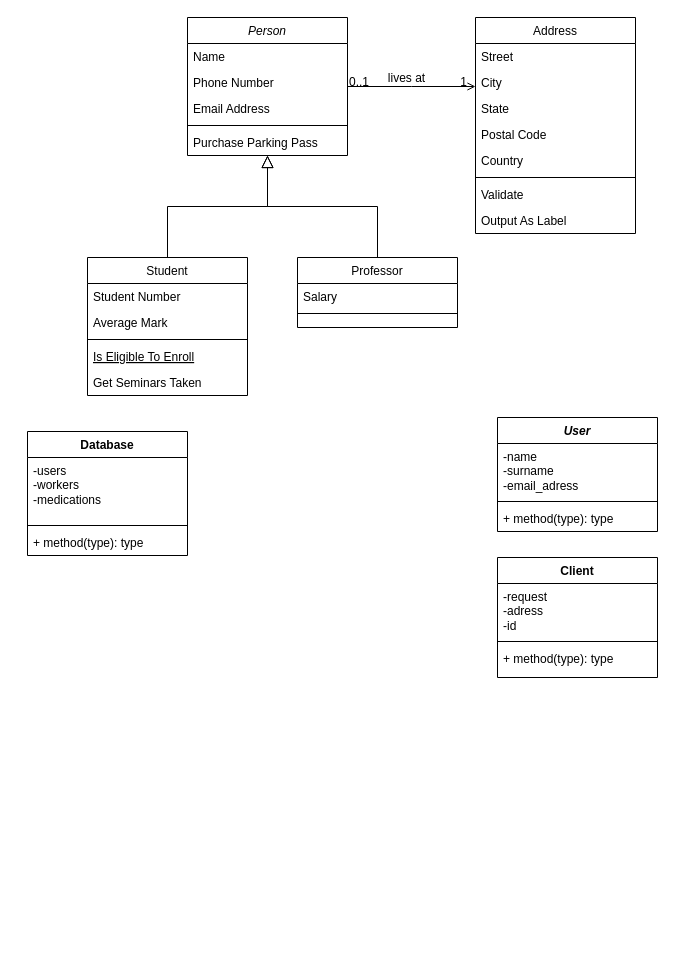
The draw.io diagram AKMS/PR_5/Pr_5.drawio in Idontlikeni/fourth_semestr, before the edit. Source tidied: cells renumbered, new cells numbered last; positions are measured from the earlier drawing's top-left corner, leaving out a move shared by most shapes. Both pictures are drawn from the tidied source at 100%, with x=0, y=0 at pixel (27, 17).
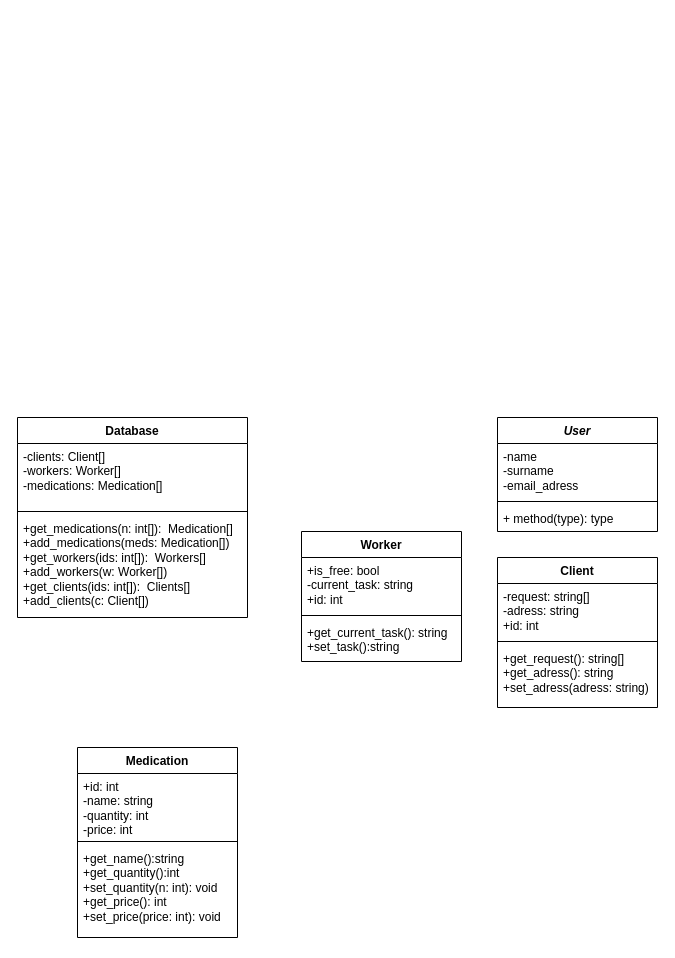
The same page after the edit.

The edit, as a diff of the source:
```diff
@@
-    <mxCell id="2" value="Person" style="swimlane;fontStyle=2;align=center;verticalAlign=top;horizontal=1;startSize=26;rounded=0;shadow=0;strokeWidth=1;" parent="1" vertex="1">
-      <mxGeometry x="160" width="160" height="138" as="geometry" />
-    </mxCell>
-    <mxCell id="3" value="Name" style="text;align=left;verticalAlign=top;spacingLeft=4;spacingRight=4;overflow=hidden;" parent="2" vertex="1">
-      <mxGeometry y="26" width="160" height="26" as="geometry" />
-    </mxCell>
-    <mxCell id="4" value="Phone Number" style="text;align=left;verticalAlign=top;spacingLeft=4;spacingRight=4;overflow=hidden;rounded=0;shadow=0;html=0;" parent="2" vertex="1">
-      <mxGeometry y="52" width="160" height="26" as="geometry" />
-    </mxCell>
-    <mxCell id="5" value="Email Address" style="text;align=left;verticalAlign=top;spacingLeft=4;spacingRight=4;overflow=hidden;rounded=0;shadow=0;html=0;" parent="2" vertex="1">
-      <mxGeometry y="78" width="160" height="26" as="geometry" />
-    </mxCell>
-    <mxCell id="6" style="line;html=1;strokeWidth=1;align=left;verticalAlign=middle;spacingTop=-1;spacingLeft=3;spacingRight=3;labelPosition=right;" parent="2" vertex="1">
-      <mxGeometry y="104" width="160" height="8" as="geometry" />
-    </mxCell>
-    <mxCell id="7" value="Purchase Parking Pass" style="text;align=left;verticalAlign=top;spacingLeft=4;spacingRight=4;overflow=hidden;" parent="2" vertex="1">
-      <mxGeometry y="112" width="160" height="26" as="geometry" />
-    </mxCell>
-    <mxCell id="8" value="Student" style="swimlane;fontStyle=0;align=center;verticalAlign=top;horizontal=1;startSize=26;rounded=0;shadow=0;strokeWidth=1;" parent="1" vertex="1">
-      <mxGeometry x="60" y="240" width="160" height="138" as="geometry" />
-    </mxCell>
-    <mxCell id="9" value="Student Number" style="text;align=left;verticalAlign=top;spacingLeft=4;spacingRight=4;overflow=hidden;" parent="8" vertex="1">
-      <mxGeometry y="26" width="160" height="26" as="geometry" />
-    </mxCell>
-    <mxCell id="10" value="Average Mark" style="text;align=left;verticalAlign=top;spacingLeft=4;spacingRight=4;overflow=hidden;rounded=0;shadow=0;html=0;" parent="8" vertex="1">
-      <mxGeometry y="52" width="160" height="26" as="geometry" />
-    </mxCell>
-    <mxCell id="11" style="line;html=1;strokeWidth=1;align=left;verticalAlign=middle;spacingTop=-1;spacingLeft=3;spacingRight=3;labelPosition=right;" parent="8" vertex="1">
-      <mxGeometry y="78" width="160" height="8" as="geometry" />
-    </mxCell>
-    <mxCell id="12" value="Is Eligible To Enroll" style="text;align=left;verticalAlign=top;spacingLeft=4;spacingRight=4;overflow=hidden;fontStyle=4;" parent="8" vertex="1">
-      <mxGeometry y="86" width="160" height="26" as="geometry" />
-    </mxCell>
-    <mxCell id="13" value="Get Seminars Taken" style="text;align=left;verticalAlign=top;spacingLeft=4;spacingRight=4;overflow=hidden;" parent="8" vertex="1">
-      <mxGeometry y="112" width="160" height="26" as="geometry" />
-    </mxCell>
-    <mxCell id="14" style="endArrow=block;endSize=10;endFill=0;shadow=0;strokeWidth=1;rounded=0;curved=0;edgeStyle=elbowEdgeStyle;elbow=vertical;" parent="1" edge="1" source="8" target="2">
-      <mxGeometry relative="1" as="geometry" />
-    </mxCell>
-    <mxCell id="15" value="Professor" style="swimlane;fontStyle=0;align=center;verticalAlign=top;horizontal=1;startSize=26;rounded=0;shadow=0;strokeWidth=1;" parent="1" vertex="1">
-      <mxGeometry x="270" y="240" width="160" height="70" as="geometry" />
-    </mxCell>
-    <mxCell id="16" value="Salary" style="text;align=left;verticalAlign=top;spacingLeft=4;spacingRight=4;overflow=hidden;" parent="15" vertex="1">
-      <mxGeometry y="26" width="160" height="26" as="geometry" />
-    </mxCell>
-    <mxCell id="17" style="line;html=1;strokeWidth=1;align=left;verticalAlign=middle;spacingTop=-1;spacingLeft=3;spacingRight=3;labelPosition=right;" parent="15" vertex="1">
-      <mxGeometry y="52" width="160" height="8" as="geometry" />
-    </mxCell>
-    <mxCell id="18" style="endArrow=block;endSize=10;endFill=0;shadow=0;strokeWidth=1;rounded=0;curved=0;edgeStyle=elbowEdgeStyle;elbow=vertical;" parent="1" edge="1" source="15" target="2">
-      <mxGeometry relative="1" as="geometry" />
-    </mxCell>
-    <mxCell id="19" value="Address" style="swimlane;fontStyle=0;align=center;verticalAlign=top;horizontal=1;startSize=26;rounded=0;shadow=0;strokeWidth=1;" parent="1" vertex="1">
-      <mxGeometry x="448" width="160" height="216" as="geometry" />
-    </mxCell>
-    <mxCell id="20" value="Street" style="text;align=left;verticalAlign=top;spacingLeft=4;spacingRight=4;overflow=hidden;" parent="19" vertex="1">
-      <mxGeometry y="26" width="160" height="26" as="geometry" />
-    </mxCell>
-    <mxCell id="21" value="City" style="text;align=left;verticalAlign=top;spacingLeft=4;spacingRight=4;overflow=hidden;rounded=0;shadow=0;html=0;" parent="19" vertex="1">
-      <mxGeometry y="52" width="160" height="26" as="geometry" />
-    </mxCell>
-    <mxCell id="22" value="State" style="text;align=left;verticalAlign=top;spacingLeft=4;spacingRight=4;overflow=hidden;rounded=0;shadow=0;html=0;" parent="19" vertex="1">
-      <mxGeometry y="78" width="160" height="26" as="geometry" />
-    </mxCell>
-    <mxCell id="23" value="Postal Code" style="text;align=left;verticalAlign=top;spacingLeft=4;spacingRight=4;overflow=hidden;rounded=0;shadow=0;html=0;" parent="19" vertex="1">
-      <mxGeometry y="104" width="160" height="26" as="geometry" />
-    </mxCell>
-    <mxCell id="24" value="Country" style="text;align=left;verticalAlign=top;spacingLeft=4;spacingRight=4;overflow=hidden;rounded=0;shadow=0;html=0;" parent="19" vertex="1">
-      <mxGeometry y="130" width="160" height="26" as="geometry" />
-    </mxCell>
-    <mxCell id="25" style="line;html=1;strokeWidth=1;align=left;verticalAlign=middle;spacingTop=-1;spacingLeft=3;spacingRight=3;labelPosition=right;" parent="19" vertex="1">
-      <mxGeometry y="156" width="160" height="8" as="geometry" />
-    </mxCell>
-    <mxCell id="26" value="Validate" style="text;align=left;verticalAlign=top;spacingLeft=4;spacingRight=4;overflow=hidden;" parent="19" vertex="1">
-      <mxGeometry y="164" width="160" height="26" as="geometry" />
-    </mxCell>
-    <mxCell id="27" value="Output As Label" style="text;align=left;verticalAlign=top;spacingLeft=4;spacingRight=4;overflow=hidden;" parent="19" vertex="1">
-      <mxGeometry y="190" width="160" height="26" as="geometry" />
-    </mxCell>
-    <mxCell id="28" style="endArrow=open;shadow=0;strokeWidth=1;rounded=0;curved=0;endFill=1;edgeStyle=elbowEdgeStyle;elbow=vertical;" parent="1" edge="1" source="2" target="19">
-      <mxGeometry x="0.5" y="41" relative="1" as="geometry">
-        <mxPoint x="-40" y="32" as="offset" />
-      </mxGeometry>
-    </mxCell>
-    <mxCell id="29" value="0..1" style="align=left;verticalAlign=bottom;labelBackgroundColor=none;fontSize=12;" parent="28" vertex="1">
-      <mxGeometry x="-1" relative="1" as="geometry">
-        <mxPoint y="4" as="offset" />
-      </mxGeometry>
-    </mxCell>
-    <mxCell id="30" value="1" style="align=right;verticalAlign=bottom;labelBackgroundColor=none;fontSize=12;" parent="28" vertex="1">
-      <mxGeometry x="1" relative="1" as="geometry">
-        <mxPoint x="-7" y="4" as="offset" />
-      </mxGeometry>
-    </mxCell>
-    <mxCell id="31" value="lives at" style="text;html=1;align=center;verticalAlign=middle;labelBackgroundColor=none;rounded=0;shadow=0;strokeWidth=1;fontSize=12;" parent="28" vertex="1">
-      <mxGeometry x="0.5" y="49" relative="1" as="geometry">
-        <mxPoint x="-38" y="40" as="offset" />
-      </mxGeometry>
-    </mxCell>
     <mxCell id="32" value="Database" style="swimlane;fontStyle=1;align=center;verticalAlign=top;horizontal=1;startSize=26;whiteSpace=wrap;html=1;" parent="1" vertex="1">
-      <mxGeometry y="414" width="160" height="124" as="geometry" />
+      <mxGeometry x="-10" y="400" width="230" height="200" as="geometry" />
     </mxCell>
-    <mxCell id="33" value="-users&lt;div&gt;-workers&lt;/div&gt;&lt;div&gt;-medications&lt;/div&gt;" style="text;strokeColor=none;fillColor=none;align=left;verticalAlign=top;spacingLeft=4;spacingRight=4;overflow=hidden;whiteSpace=wrap;html=1;" parent="32" vertex="1">
-      <mxGeometry y="26" width="160" height="64" as="geometry" />
+    <mxCell id="33" value="-clients: Client[]&lt;div&gt;-workers: Worker[]&lt;/div&gt;&lt;div&gt;-medications: Medication[]&lt;/div&gt;" style="text;strokeColor=none;fillColor=none;align=left;verticalAlign=top;spacingLeft=4;spacingRight=4;overflow=hidden;whiteSpace=wrap;html=1;" parent="32" vertex="1">
+      <mxGeometry y="26" width="230" height="64" as="geometry" />
     </mxCell>
     <mxCell id="34" style="line;strokeWidth=1;fillColor=none;align=left;verticalAlign=middle;spacingTop=-1;spacingLeft=3;spacingRight=3;labelPosition=right;strokeColor=inherit;" parent="32" vertex="1">
-      <mxGeometry y="90" width="160" height="8" as="geometry" />
+      <mxGeometry y="90" width="230" height="8" as="geometry" />
     </mxCell>
-    <mxCell id="35" value="+ method(type): type" style="text;strokeColor=none;fillColor=none;align=left;verticalAlign=top;spacingLeft=4;spacingRight=4;overflow=hidden;whiteSpace=wrap;html=1;" parent="32" vertex="1">
-      <mxGeometry y="98" width="160" height="26" as="geometry" />
+    <mxCell id="35" value="+get_medications(n: int[]):&amp;nbsp; Medication[]&lt;div&gt;+add_medications(meds: Medication[])&lt;/div&gt;&lt;div&gt;+get_workers(ids: int[]):&amp;nbsp; Workers[]&lt;div&gt;+add_workers(w: Worker[])&lt;/div&gt;&lt;div&gt;+get_clients(ids: int[]):&amp;nbsp; Clients[]&lt;div&gt;+add_clients(c: Client[])&lt;/div&gt;&lt;/div&gt;&lt;/div&gt;" style="text;strokeColor=none;fillColor=none;align=left;verticalAlign=top;spacingLeft=4;spacingRight=4;overflow=hidden;whiteSpace=wrap;html=1;" parent="32" vertex="1">
+      <mxGeometry y="98" width="230" height="102" as="geometry" />
     </mxCell>
     <mxCell id="36" value="Client" style="swimlane;fontStyle=1;align=center;verticalAlign=top;horizontal=1;startSize=26;whiteSpace=wrap;html=1;" parent="1" vertex="1">
-      <mxGeometry x="470" y="540" width="160" height="120" as="geometry" />
+      <mxGeometry x="470" y="540" width="160" height="150" as="geometry" />
     </mxCell>
-    <mxCell id="37" value="&lt;div&gt;-request&lt;/div&gt;&lt;div&gt;-adress&lt;/div&gt;&lt;div&gt;-id&lt;/div&gt;" style="text;strokeColor=none;fillColor=none;align=left;verticalAlign=top;spacingLeft=4;spacingRight=4;overflow=hidden;whiteSpace=wrap;html=1;" parent="36" vertex="1">
+    <mxCell id="37" value="&lt;div&gt;-request: string[]&lt;/div&gt;&lt;div&gt;-adress: string&lt;/div&gt;&lt;div&gt;+id: int&lt;/div&gt;" style="text;strokeColor=none;fillColor=none;align=left;verticalAlign=top;spacingLeft=4;spacingRight=4;overflow=hidden;whiteSpace=wrap;html=1;" parent="36" vertex="1">
       <mxGeometry y="26" width="160" height="54" as="geometry" />
     </mxCell>
@@
-    <mxCell id="39" value="+ method(type): type" style="text;strokeColor=none;fillColor=none;align=left;verticalAlign=top;spacingLeft=4;spacingRight=4;overflow=hidden;whiteSpace=wrap;html=1;" parent="36" vertex="1">
-      <mxGeometry y="88" width="160" height="32" as="geometry" />
+    <mxCell id="39" value="+get_request(): string[]&lt;div&gt;+get_adress(): string&lt;/div&gt;&lt;div&gt;+set_adress(adress: string)&lt;/div&gt;" style="text;strokeColor=none;fillColor=none;align=left;verticalAlign=top;spacingLeft=4;spacingRight=4;overflow=hidden;whiteSpace=wrap;html=1;" parent="36" vertex="1">
+      <mxGeometry y="88" width="160" height="62" as="geometry" />
     </mxCell>
@@
+    <mxCell id="44" value="Worker" style="swimlane;fontStyle=1;align=center;verticalAlign=top;horizontal=1;startSize=26;whiteSpace=wrap;html=1;" parent="1" vertex="1">
+      <mxGeometry x="274" y="514" width="160" height="130" as="geometry" />
+    </mxCell>
+    <mxCell id="45" value="&lt;div&gt;+is_free: bool&lt;/div&gt;&lt;div&gt;-current_task: string&lt;/div&gt;&lt;div&gt;+id: int&lt;/div&gt;" style="text;strokeColor=none;fillColor=none;align=left;verticalAlign=top;spacingLeft=4;spacingRight=4;overflow=hidden;whiteSpace=wrap;html=1;" parent="44" vertex="1">
+      <mxGeometry y="26" width="160" height="54" as="geometry" />
+    </mxCell>
+    <mxCell id="46" style="line;strokeWidth=1;fillColor=none;align=left;verticalAlign=middle;spacingTop=-1;spacingLeft=3;spacingRight=3;labelPosition=right;strokeColor=inherit;" parent="44" vertex="1">
+      <mxGeometry y="80" width="160" height="8" as="geometry" />
+    </mxCell>
+    <mxCell id="47" value="+get_current_task(): string&lt;div&gt;+set_task():string&lt;/div&gt;" style="text;strokeColor=none;fillColor=none;align=left;verticalAlign=top;spacingLeft=4;spacingRight=4;overflow=hidden;whiteSpace=wrap;html=1;" parent="44" vertex="1">
+      <mxGeometry y="88" width="160" height="42" as="geometry" />
+    </mxCell>
+    <mxCell id="48" value="Medication" style="swimlane;fontStyle=1;align=center;verticalAlign=top;horizontal=1;startSize=26;whiteSpace=wrap;html=1;" parent="1" vertex="1">
+      <mxGeometry x="50" y="730" width="160" height="190" as="geometry" />
+    </mxCell>
+    <mxCell id="49" value="&lt;div&gt;+id: int&lt;/div&gt;&lt;div&gt;-name: string&lt;/div&gt;&lt;div&gt;-quantity: int&lt;/div&gt;&lt;div&gt;-price: int&lt;/div&gt;" style="text;strokeColor=none;fillColor=none;align=left;verticalAlign=top;spacingLeft=4;spacingRight=4;overflow=hidden;whiteSpace=wrap;html=1;" parent="48" vertex="1">
+      <mxGeometry y="26" width="160" height="64" as="geometry" />
+    </mxCell>
+    <mxCell id="50" style="line;strokeWidth=1;fillColor=none;align=left;verticalAlign=middle;spacingTop=-1;spacingLeft=3;spacingRight=3;labelPosition=right;strokeColor=inherit;" parent="48" vertex="1">
+      <mxGeometry y="90" width="160" height="8" as="geometry" />
+    </mxCell>
+    <mxCell id="51" value="+get_name():string&lt;div&gt;+get_quantity():int&lt;/div&gt;&lt;div&gt;+set_quantity(n: int): void&lt;/div&gt;&lt;div&gt;+get_price(): int&lt;/div&gt;&lt;div&gt;+set_price(price: int): void&lt;/div&gt;" style="text;strokeColor=none;fillColor=none;align=left;verticalAlign=top;spacingLeft=4;spacingRight=4;overflow=hidden;whiteSpace=wrap;html=1;" parent="48" vertex="1">
+      <mxGeometry y="98" width="160" height="92" as="geometry" />
+    </mxCell>
```
